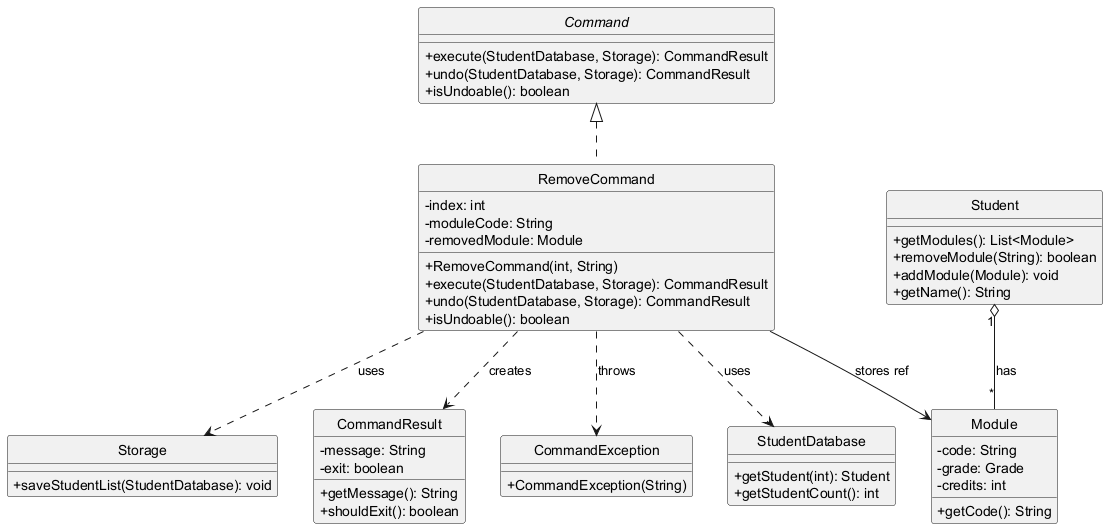
This is docs/images/RemoveCommandClassDiagram.png from denyh6/tp, a PlantUML export, as it was before one commit. The source it was exported from:
```plantuml
@startuml RemoveCommandClassDiagram
skinparam classAttributeIconSize 0
skinparam style strictuml

interface Command {
    +execute(StudentDatabase, Storage): CommandResult
    +undo(StudentDatabase, Storage): CommandResult
    +isUndoable(): boolean
}

class RemoveCommand {
    -index: int
    -moduleCode: String
    -removedModule: Module
    +RemoveCommand(int, String)
    +execute(StudentDatabase, Storage): CommandResult
    +undo(StudentDatabase, Storage): CommandResult
    +isUndoable(): boolean
}

class StudentDatabase {
    +getStudent(int): Student
    +getStudentCount(): int
}

class Storage {
    +saveStudentList(StudentDatabase): void
}

class Student {
    +getModules(): List<Module>
    +removeModule(String): boolean
    +addModule(Module): void
    +getName(): String
}

class Module {
    -code: String
    -grade: Grade
    -credits: int
    +getCode(): String
}

class CommandResult {
    -message: String
    -exit: boolean
    +getMessage(): String
    +shouldExit(): boolean
}

class CommandException {
    +CommandException(String)
}

Command <|.. RemoveCommand
RemoveCommand ..> StudentDatabase : uses
RemoveCommand ..> Storage : uses
RemoveCommand ..> CommandResult : creates
RemoveCommand ..> CommandException : throws
RemoveCommand --> Module : stores ref
Student "1" o-- "*" Module : has
@enduml
```
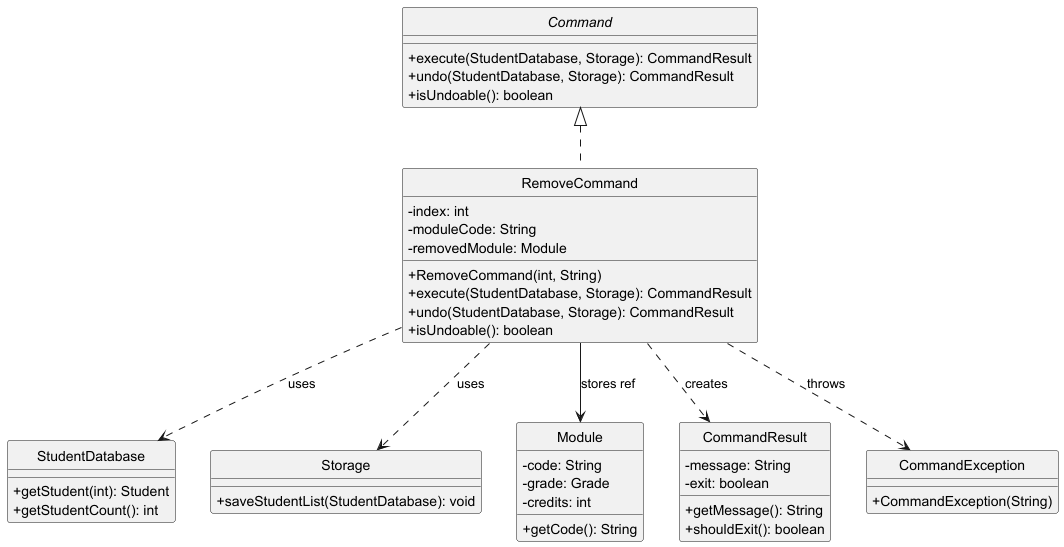
After the commit.

What changed in the source:
```diff
@@ -27,12 +27,6 @@
     +saveStudentList(StudentDatabase): void
 }
 
-class Student {
-    +getModules(): List<Module>
-    +removeModule(String): boolean
-    +addModule(Module): void
-    +getName(): String
-}
 
 class Module {
     -code: String
@@ -58,5 +52,4 @@
 RemoveCommand ..> CommandResult : creates
 RemoveCommand ..> CommandException : throws
 RemoveCommand --> Module : stores ref
-Student "1" o-- "*" Module : has
 @enduml
```
